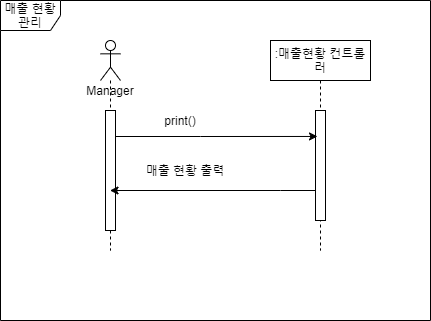
The draw.io diagram 상세명세서/Behavioral Model/sequence diagram/매출 현황 관리.png in distroytest/KNUSD-20202-Team05, before a commit. Source tidied: cells renumbered, new cells last; positions are measured from the earlier drawing's top-left corner, leaving out a move shared by most shapes.
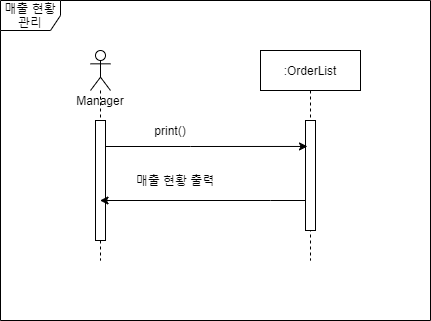
After the commit.

Commit message:
Added 매출 현황 관리.png

Change to the diagram source:
```diff
@@ -11,7 +11,7 @@
     <mxCell id="4" value="Manager" style="text;html=1;strokeColor=none;fillColor=none;align=center;verticalAlign=middle;whiteSpace=wrap;rounded=0;" parent="1" vertex="1">
       <mxGeometry x="90" y="80" width="40" height="20" as="geometry" />
     </mxCell>
-    <mxCell id="5" value=":매출현황 컨트롤러" style="shape=umlLifeline;perimeter=lifelinePerimeter;whiteSpace=wrap;html=1;" parent="1" vertex="1">
+    <mxCell id="5" value=":OrderList" style="shape=umlLifeline;perimeter=lifelinePerimeter;whiteSpace=wrap;html=1;" parent="1" vertex="1">
       <mxGeometry x="270" y="40" width="100" height="210" as="geometry" />
     </mxCell>
     <mxCell id="6" style="html=1;points=[];perimeter=orthogonalPerimeter;" parent="5" vertex="1">
@@ -40,7 +40,7 @@
       <mxGeometry x="160" y="110" width="40" height="20" as="geometry" />
     </mxCell>
     <mxCell id="11" value="매출 현황 관리" style="shape=umlFrame;whiteSpace=wrap;html=1;" parent="1" vertex="1">
-      <mxGeometry width="430" height="320" as="geometry" />
+      <mxGeometry x="10" y="-10" width="430" height="320" as="geometry" />
     </mxCell>
   </root>
 </mxGraphModel>
```
